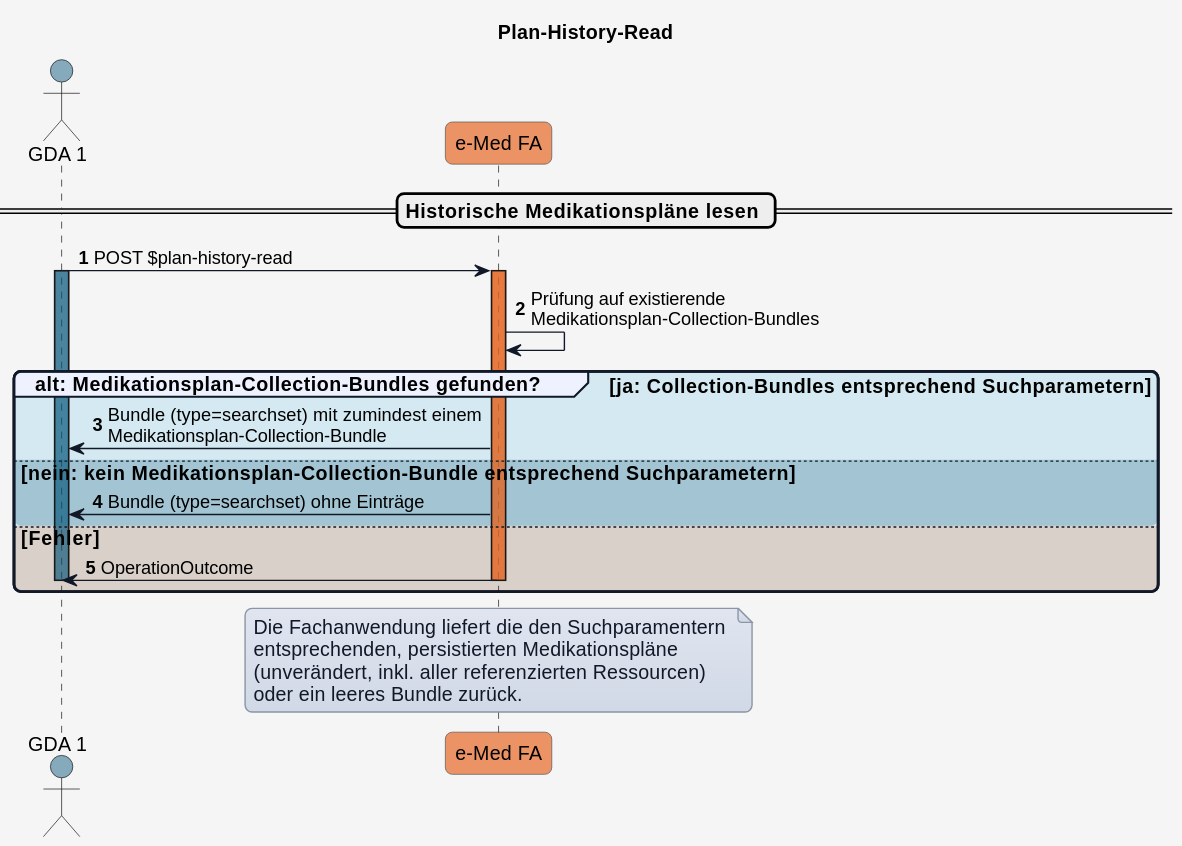
This is input/images/plantuml/UC_eMed_01_02.svg from HL7Austria/ELGA-e-Medikation-R4, a PlantUML export, as it was before one commit.
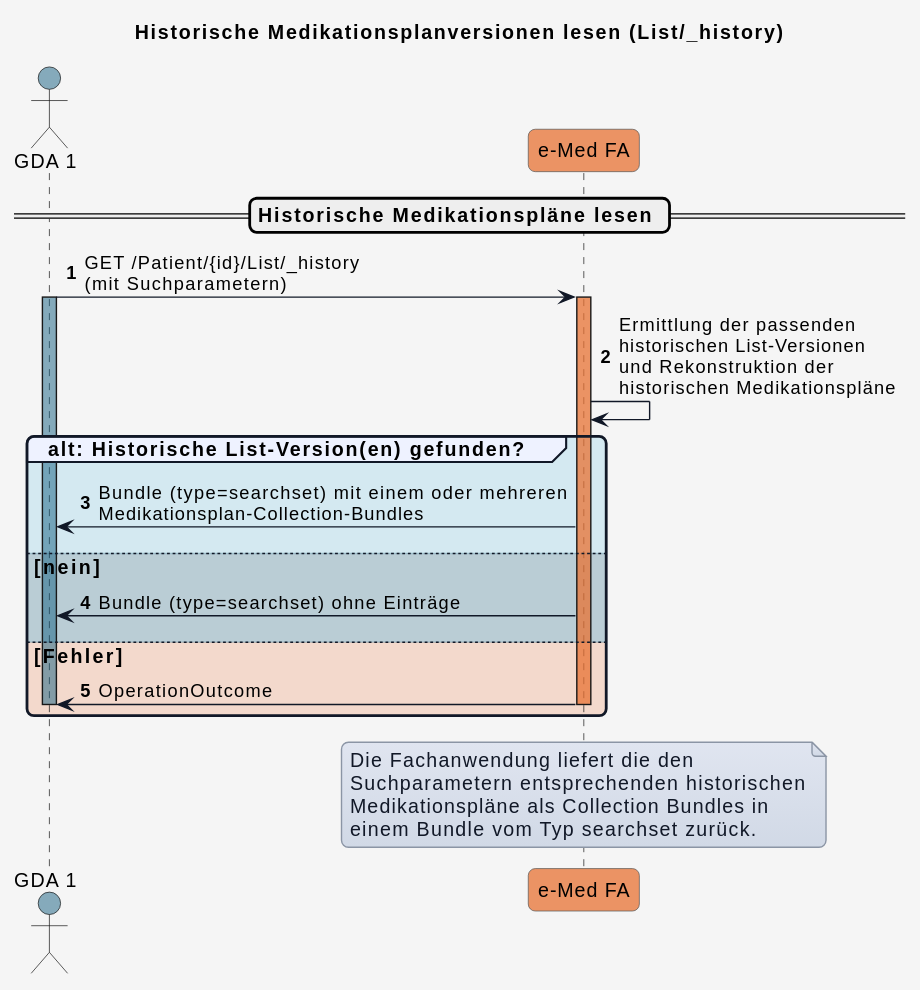
The same file after the commit.

Diff of the diagram source:
```diff
@@ -1,5 +1,5 @@
 @startuml
-title Plan-History-Read
+title Historische Medikationsplanversionen lesen (List/_history)
 
 
 skinparam borderColor #000000
@@ -59,15 +59,15 @@
 
 == Historische Medikationspläne lesen ==
 
-GDA_1 -> eMed_FA: POST $plan-history-read
+GDA_1 -> eMed_FA: GET /Patient/{id}/List/_history\n(mit Suchparametern)
 activate GDA_1 COLOR_GDA_1
 
 activate eMed_FA COLOR_EMED_FA
-eMed_FA -> eMed_FA: Prüfung auf existierende\nMedikationsplan-Collection-Bundles
+eMed_FA -> eMed_FA: Ermittlung der passenden\nhistorischen List-Versionen\nund Rekonstruktion der\nhistorischen Medikationspläne
 
-group COLOR_OK alt: Medikationsplan-Collection-Bundles gefunden? [ja: Collection-Bundles entsprechend Suchparametern]
-  eMed_FA -> GDA_1: Bundle (type=searchset) mit zumindest einem\nMedikationsplan-Collection-Bundle
-else COLOR_OK_2 nein: kein Medikationsplan-Collection-Bundle entsprechend Suchparametern
+group COLOR_OK alt: Historische List-Version(en) gefunden?
+  eMed_FA -> GDA_1: Bundle (type=searchset) mit einem oder mehreren\nMedikationsplan-Collection-Bundles
+else COLOR_OK_2 nein
   eMed_FA -> GDA_1: Bundle (type=searchset) ohne Einträge
 else COLOR_ERROR Fehler
   eMed_FA -> GDA_1: OperationOutcome
@@ -75,10 +75,11 @@
   deactivate eMed_FA
 end
 
+
 note over eMed_FA
-Die Fachanwendung liefert die den Suchparamentern
-entsprechenden, persistierten Medikationspläne
-(unverändert, inkl. aller referenzierten Ressourcen)
-oder ein leeres Bundle zurück.
+Die Fachanwendung liefert die den
+Suchparametern entsprechenden historischen
+Medikationspläne als Collection Bundles in
+einem Bundle vom Typ searchset zurück.
 end note
 @enduml
```
